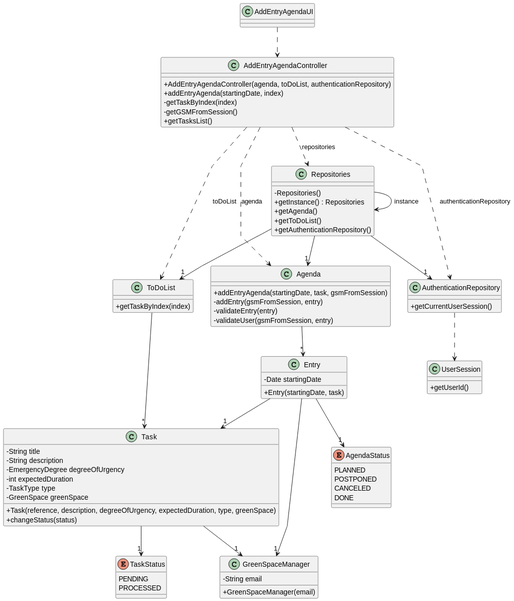
This is docs/sprintA&B&C/us022/03.design/svg/us022-class-diagram.svg from daniel41silva05/ISEP_2023_2024_LAPR2, a PlantUML export, as it was before one commit.
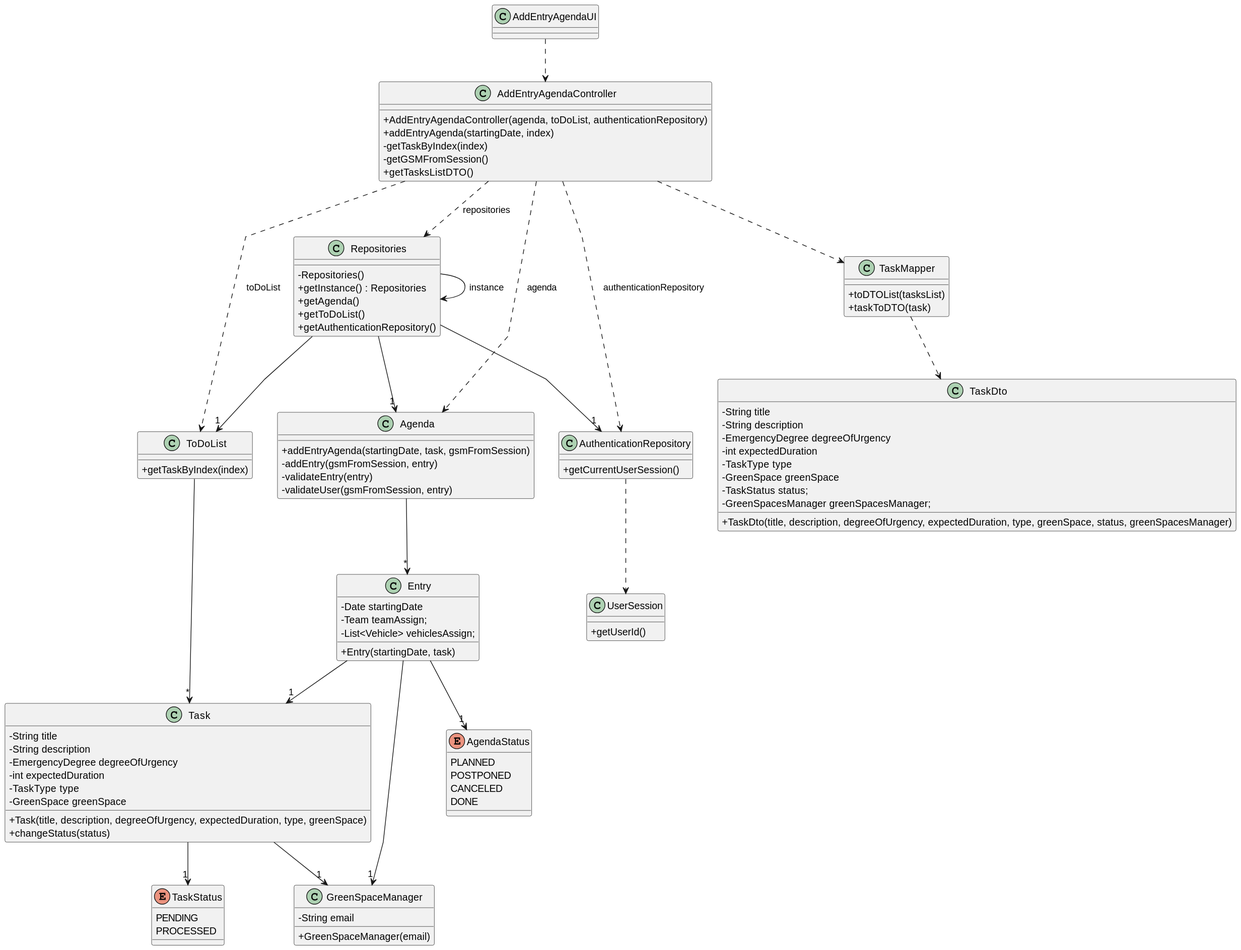
Above is the later version.

Diff of the diagram source:
```diff
@@ -14,7 +14,7 @@
     +addEntryAgenda(startingDate, index)
     -getTaskByIndex(index)
     -getGSMFromSession()
-    +getTasksList()
+    +getTasksListDTO()
 }
 
 class Agenda {
@@ -26,6 +26,8 @@
 
 class Entry {
     -Date startingDate
+    -Team teamAssign;
+    -List<Vehicle> vehiclesAssign;
     +Entry(startingDate, task)
 }
 
@@ -40,7 +42,7 @@
     -int expectedDuration
     -TaskType type
     -GreenSpace greenSpace
-    +Task(reference, description, degreeOfUrgency, expectedDuration, type, greenSpace)
+    +Task(title, description, degreeOfUrgency, expectedDuration, type, greenSpace)
     +changeStatus(status)
 }
 
@@ -77,6 +79,23 @@
     +GreenSpaceManager(email)
 }
 
+class TaskDto {
+    -String title
+    -String description
+    -EmergencyDegree degreeOfUrgency
+    -int expectedDuration
+    -TaskType type
+    -GreenSpace greenSpace
+    -TaskStatus status;
+    -GreenSpacesManager greenSpacesManager;
+    +TaskDto(title, description, degreeOfUrgency, expectedDuration, type, greenSpace, status, greenSpacesManager)
+}
+
+class TaskMapper {
+    +toDTOList(tasksList)
+    +taskToDTO(task)
+}
+
 AddEntryAgendaUI ..> AddEntryAgendaController
 AddEntryAgendaController ..> Repositories: repositories
 AddEntryAgendaController ..> Agenda: agenda
@@ -94,4 +113,6 @@
 Task --> "1" TaskStatus
 Entry --> "1" GreenSpaceManager
 Task --> "1" GreenSpaceManager
+AddEntryAgendaController ..> TaskMapper
+TaskMapper ..> TaskDto
 @enduml
```
